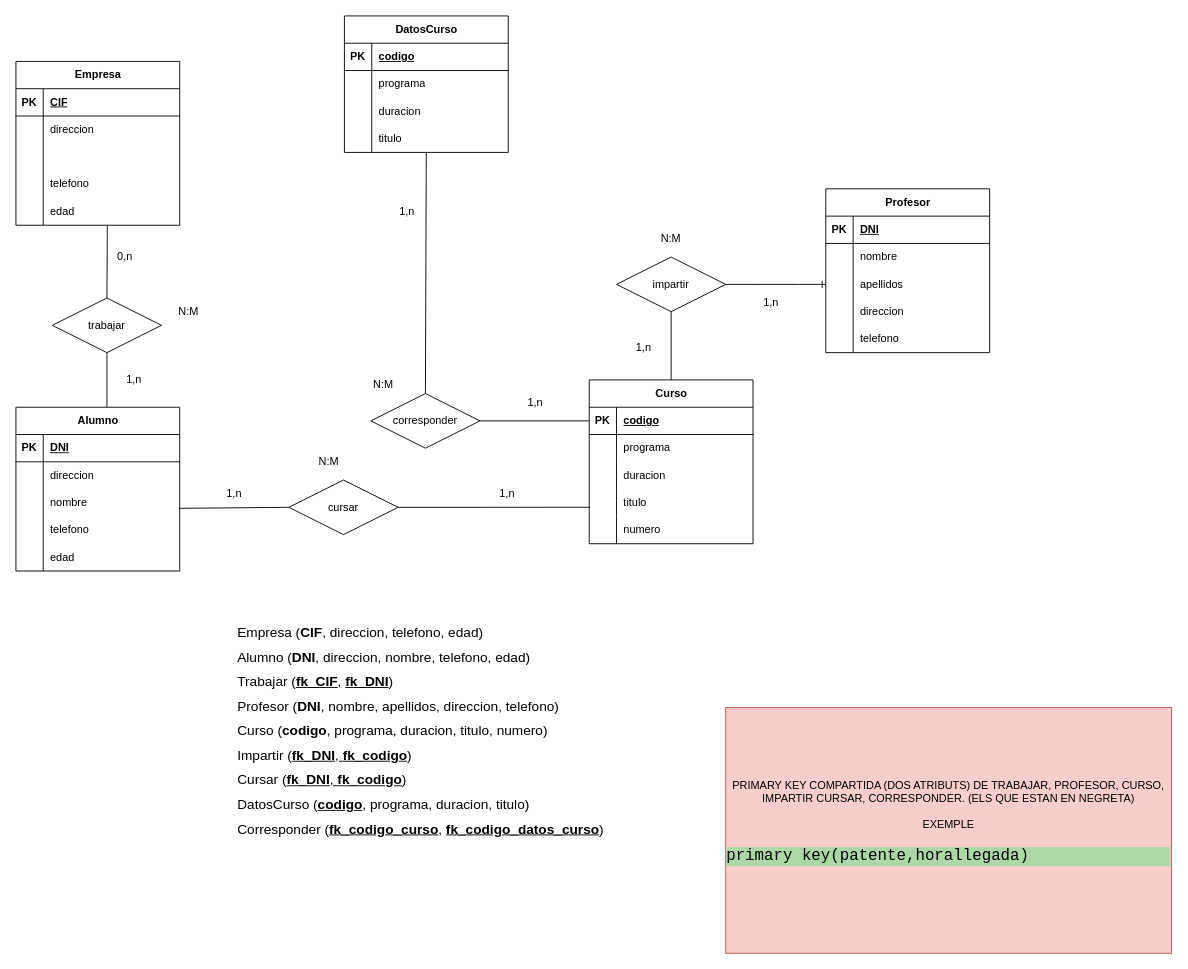
The draw.io diagram Ejercicio02.drawio in Daninuro/diagrames-cvf-dn-mpl-n-11102023, before the edit. Source tidied: cells renumbered, new cells numbered last; positions are measured from the earlier drawing's top-left corner, leaving out a move shared by most shapes. Both pictures are drawn from the tidied source at 91%, with x=0, y=0 at pixel (15, 15).
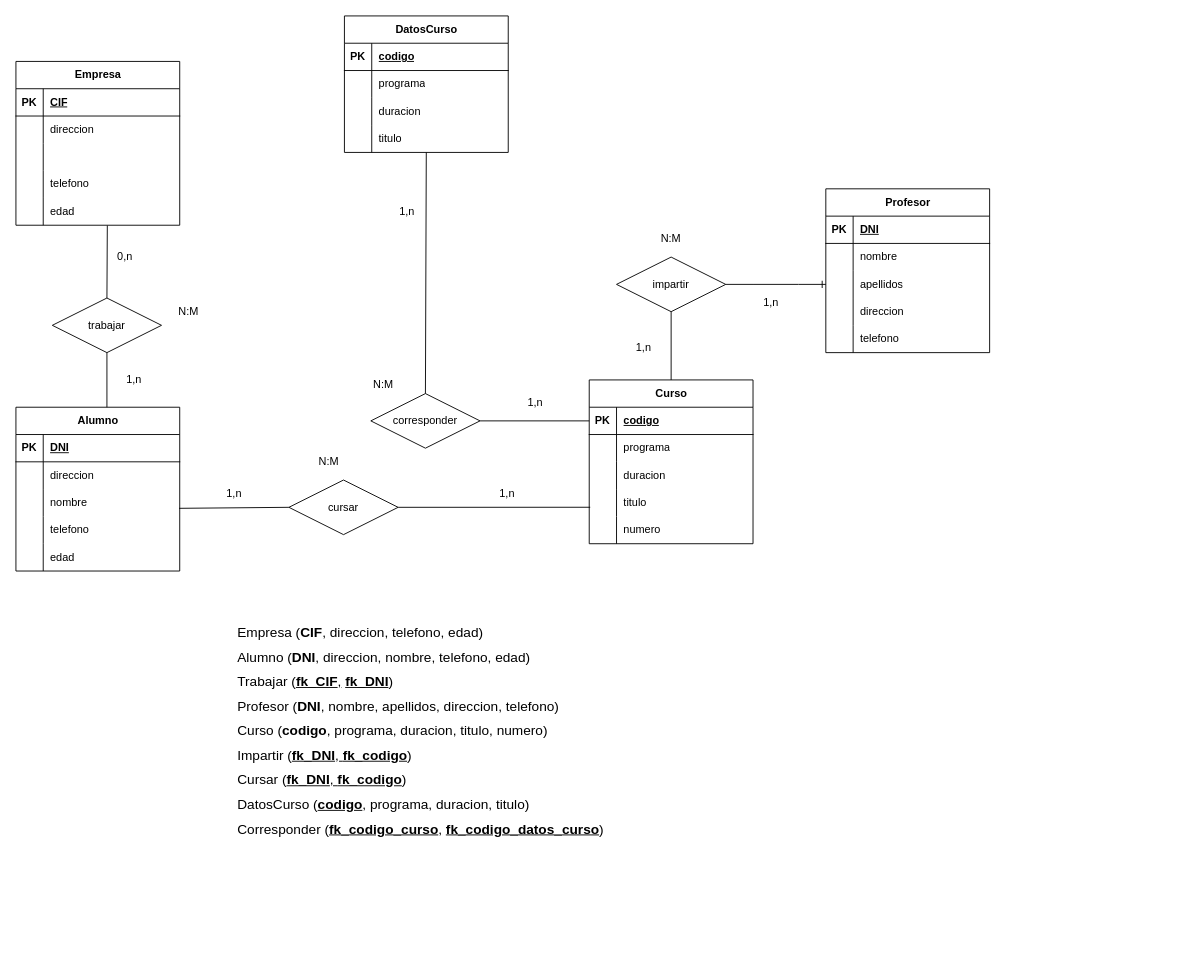
The same diagram, later.

What changed in the source:
```diff
@@
-    <mxCell id="104" value="PRIMARY KEY COMPARTIDA (DOS ATRIBUTS) DE TRABAJAR, PROFESOR, CURSO, IMPARTIR CURSAR, CORRESPONDER. (ELS QUE ESTAN EN NEGRETA)&lt;br&gt;&lt;br&gt;EXEMPLE&lt;br&gt;&lt;pre style=&quot;font-size: 17.3333px; text-align: left; background-color: rgb(174, 215, 168);&quot;&gt;primary key(patente,horallegada)&lt;/pre&gt;" style="text;html=1;strokeColor=#b85450;fillColor=#f8cecc;align=center;verticalAlign=middle;whiteSpace=wrap;rounded=0;" parent="1" vertex="1">
-      <mxGeometry x="780" y="760" width="490" height="270" as="geometry" />
-    </mxCell>
```
